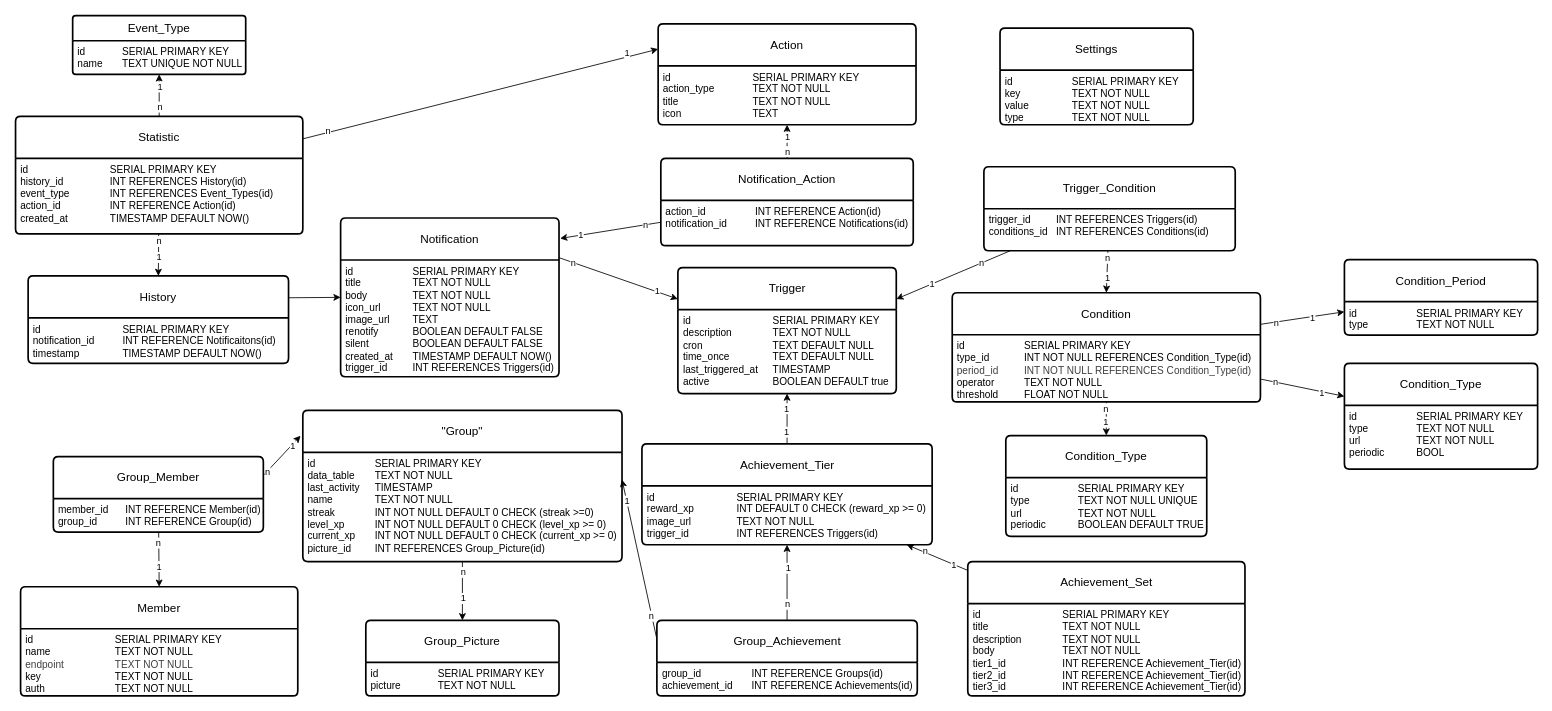
Above: Database/docs/database_construction.drawio in olHannes/WebPush-Docs (draw.io), before the change. Source tidied: cells renumbered, new cells numbered last; positions are measured from the earlier drawing's top-left corner, leaving out a move shared by most shapes. Both pictures are drawn from the tidied source at 84%, with x=0, y=0 at pixel (15, 15).
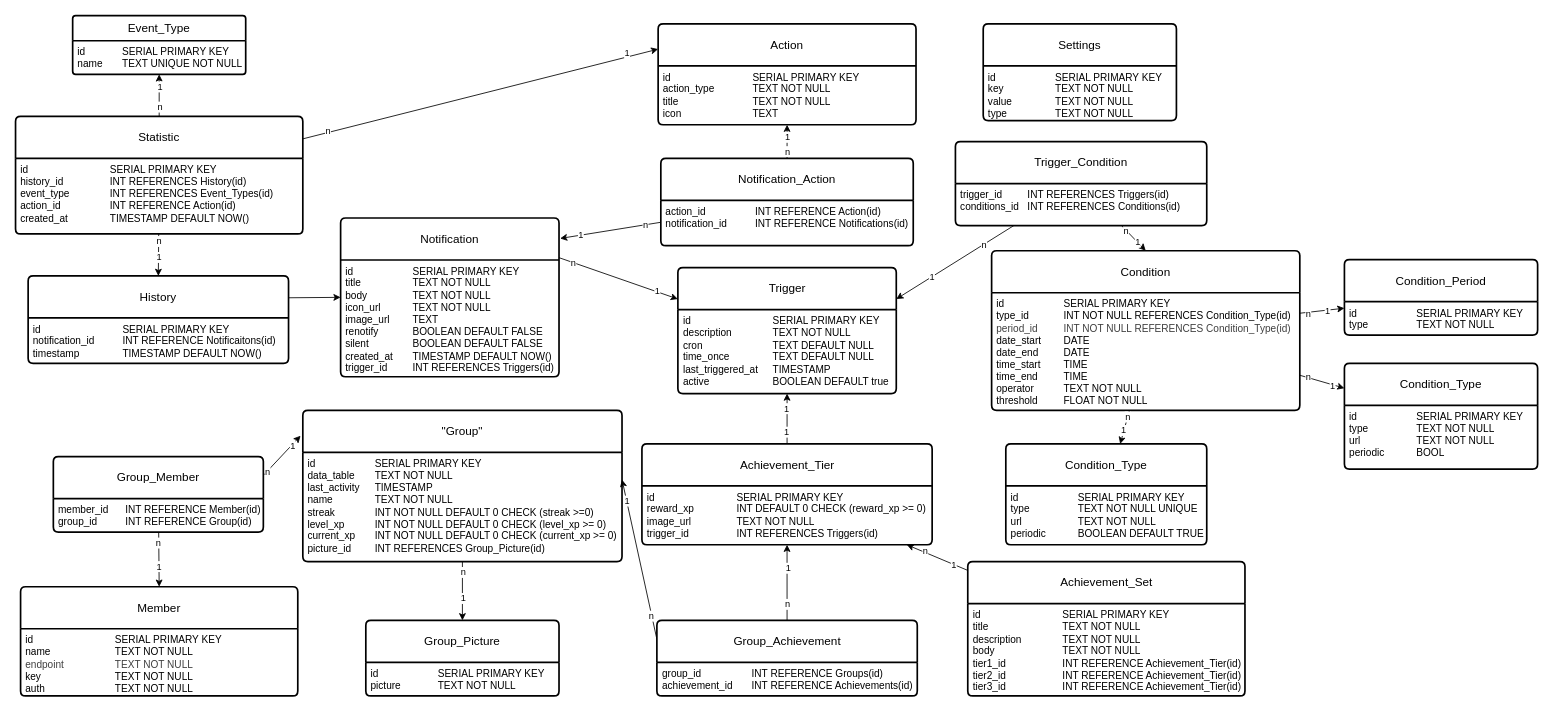
Above is the later version.

Commit message:
fixed error in database_construction diagram

What changed in the source:
```diff
@@
     <mxCell id="63" value="Condition" style="swimlane;horizontal=1;startSize=50;rounded=1;fontSize=14;fontStyle=0;strokeWidth=2;shadow=0;dashed=0;align=center;arcSize=4;whiteSpace=wrap;html=1;" parent="1" vertex="1">
-      <mxGeometry x="1115.1" y="330" width="366.9" height="130" as="geometry" />
+      <mxGeometry x="1162" y="280" width="366.9" height="190" as="geometry" />
     </mxCell>
-    <mxCell id="64" value="&lt;div&gt;&lt;div&gt;&lt;div&gt;id&lt;span style=&quot;white-space: pre;&quot;&gt;&#9;&lt;/span&gt;&lt;span style=&quot;white-space: pre;&quot;&gt;&#9;&lt;/span&gt;&lt;span style=&quot;white-space: pre;&quot;&gt;&#9;&lt;/span&gt;SERIAL PRIMARY KEY&lt;/div&gt;&lt;/div&gt;&lt;/div&gt;&lt;div&gt;type_id&lt;span style=&quot;white-space: pre;&quot;&gt;&#9;&lt;/span&gt;&lt;span style=&quot;white-space: pre;&quot;&gt;&#9;&lt;/span&gt;INT NOT NULL REFERENCES Condition_Type(id)&lt;/div&gt;&lt;div&gt;&lt;span style=&quot;color: rgb(63, 63, 63);&quot;&gt;period_id&lt;/span&gt;&lt;span style=&quot;color: rgb(63, 63, 63); scrollbar-color: rgb(226, 226, 226) rgb(251, 251, 251); white-space-collapse: preserve;&quot;&gt;&#9;&lt;/span&gt;&lt;span style=&quot;color: rgb(63, 63, 63); scrollbar-color: rgb(226, 226, 226) rgb(251, 251, 251); white-space-collapse: preserve;&quot;&gt;&#9;&lt;/span&gt;&lt;span style=&quot;color: rgb(63, 63, 63);&quot;&gt;INT NOT NULL REFERENCES Condition_Type(id)&lt;/span&gt;&lt;/div&gt;&lt;div&gt;operator&lt;span style=&quot;white-space: pre;&quot;&gt;&#9;&lt;/span&gt;&lt;span style=&quot;white-space: pre;&quot;&gt;&#9;&lt;/span&gt;TEXT NOT NULL&lt;/div&gt;&lt;div&gt;threshold&lt;span style=&quot;white-space: pre;&quot;&gt;&#9;&lt;/span&gt;&lt;span style=&quot;white-space: pre;&quot;&gt;&#9;&lt;/span&gt;FLOAT NOT NULL&lt;/div&gt;" style="align=left;strokeColor=none;fillColor=none;spacingLeft=4;fontSize=12;verticalAlign=top;html=1;" parent="63" vertex="1">
-      <mxGeometry y="50" width="366.9" height="80" as="geometry" />
+    <mxCell id="64" value="&lt;div&gt;&lt;div&gt;&lt;div&gt;id&lt;span style=&quot;white-space: pre;&quot;&gt;&#9;&lt;/span&gt;&lt;span style=&quot;white-space: pre;&quot;&gt;&#9;&lt;/span&gt;&lt;span style=&quot;white-space: pre;&quot;&gt;&#9;&lt;/span&gt;SERIAL PRIMARY KEY&lt;/div&gt;&lt;/div&gt;&lt;/div&gt;&lt;div&gt;type_id&lt;span style=&quot;white-space: pre;&quot;&gt;&#9;&lt;/span&gt;&lt;span style=&quot;white-space: pre;&quot;&gt;&#9;&lt;/span&gt;INT NOT NULL REFERENCES Condition_Type(id)&lt;/div&gt;&lt;div&gt;&lt;span style=&quot;color: rgb(63, 63, 63);&quot;&gt;period_id&lt;/span&gt;&lt;span style=&quot;color: rgb(63, 63, 63); scrollbar-color: rgb(226, 226, 226) rgb(251, 251, 251); white-space-collapse: preserve;&quot;&gt;&#9;&lt;/span&gt;&lt;span style=&quot;color: rgb(63, 63, 63); scrollbar-color: rgb(226, 226, 226) rgb(251, 251, 251); white-space-collapse: preserve;&quot;&gt;&#9;&lt;/span&gt;&lt;span style=&quot;color: rgb(63, 63, 63);&quot;&gt;INT NOT NULL REFERENCES Condition_Type(id)&lt;/span&gt;&lt;/div&gt;&lt;div&gt;date_start&lt;span style=&quot;white-space: pre;&quot;&gt;&#9;&lt;/span&gt;DATE&lt;/div&gt;&lt;div&gt;date_end&lt;span style=&quot;white-space: pre;&quot;&gt;&#9;&lt;/span&gt;&lt;span style=&quot;white-space: pre;&quot;&gt;&#9;&lt;/span&gt;DATE&lt;/div&gt;&lt;div&gt;time_start&lt;span style=&quot;white-space: pre;&quot;&gt;&#9;&lt;/span&gt;TIME&lt;/div&gt;&lt;div&gt;time_end&lt;span style=&quot;white-space: pre;&quot;&gt;&#9;&lt;/span&gt;&lt;span style=&quot;white-space: pre;&quot;&gt;&#9;&lt;/span&gt;TIME&lt;/div&gt;&lt;div&gt;operator&lt;span style=&quot;white-space: pre;&quot;&gt;&#9;&lt;/span&gt;&lt;span style=&quot;white-space: pre;&quot;&gt;&#9;&lt;/span&gt;TEXT NOT NULL&lt;/div&gt;&lt;div&gt;threshold&amp;nbsp;&lt;span style=&quot;white-space: pre;&quot;&gt;&#9;&lt;/span&gt;FLOAT NOT NULL&lt;/div&gt;" style="align=left;strokeColor=none;fillColor=none;spacingLeft=4;fontSize=12;verticalAlign=top;html=1;" parent="63" vertex="1">
+      <mxGeometry y="50" width="366.9" height="140" as="geometry" />
     </mxCell>
@@
     <mxCell id="71" value="Trigger_Condition" style="swimlane;horizontal=1;startSize=50;rounded=1;fontSize=14;fontStyle=0;strokeWidth=2;shadow=0;dashed=0;align=center;arcSize=4;whiteSpace=wrap;html=1;" parent="1" vertex="1">
-      <mxGeometry x="1152.8" y="180" width="299.2" height="100" as="geometry" />
+      <mxGeometry x="1118.9" y="150" width="299.2" height="100" as="geometry" />
     </mxCell>
@@
     <mxCell id="78" value="Condition_Type" style="swimlane;horizontal=1;startSize=50;rounded=1;fontSize=14;fontStyle=0;strokeWidth=2;shadow=0;dashed=0;align=center;arcSize=4;whiteSpace=wrap;html=1;" parent="1" vertex="1">
-      <mxGeometry x="1178.9" y="500" width="239.2" height="120" as="geometry" />
+      <mxGeometry x="1178.9" y="510" width="239.2" height="120" as="geometry" />
     </mxCell>
@@
     <mxCell id="95" value="Settings" style="swimlane;horizontal=1;startSize=50;rounded=1;fontSize=14;fontStyle=0;strokeWidth=2;shadow=0;dashed=0;align=center;arcSize=4;whiteSpace=wrap;html=1;" parent="1" vertex="1">
-      <mxGeometry x="1172" y="15" width="230" height="115" as="geometry" />
+      <mxGeometry x="1152" y="10" width="230" height="115" as="geometry" />
     </mxCell>
```
